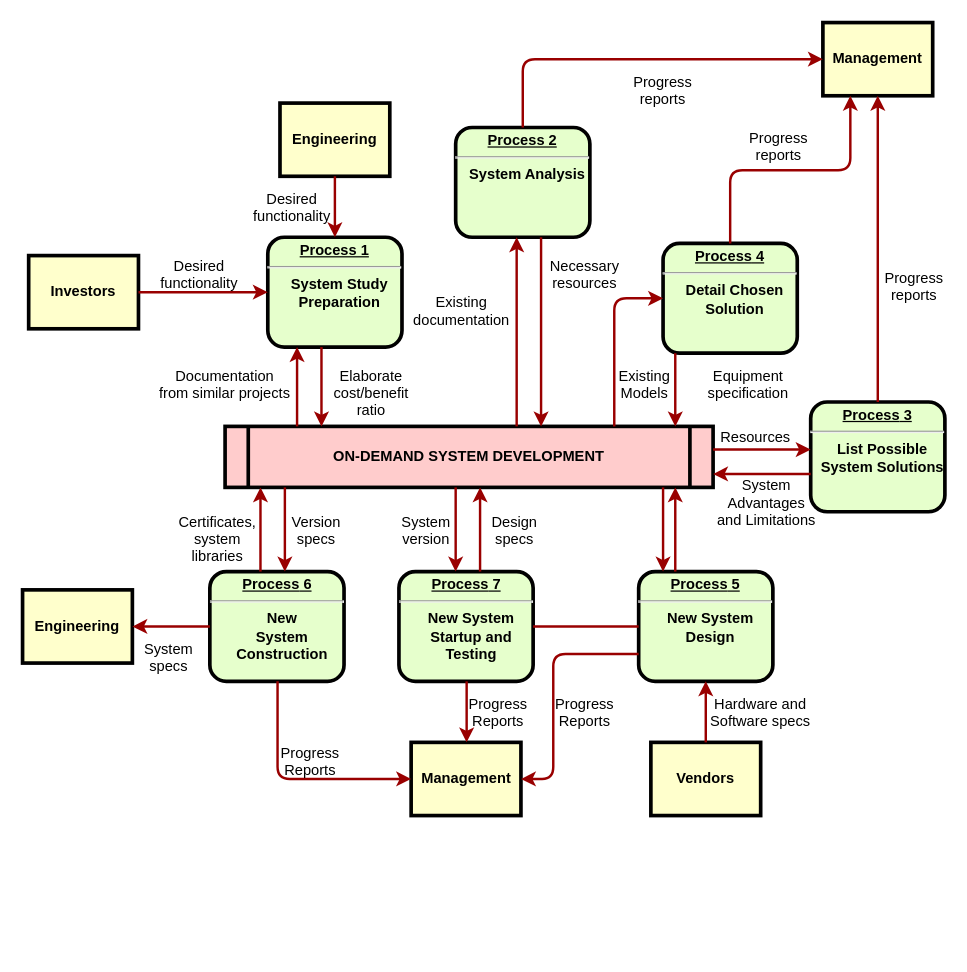
AbeMarkn/snitch-sniffer keeps this draw.io diagram as 230122_1438.drawio. Above is the earlier version. Source tidied: cells renumbered, new cells numbered last; positions are measured from the earlier drawing's top-left corner, leaving out a move shared by most shapes. Both pictures are drawn from the tidied source at 122%, with x=0, y=0 at pixel (22, 22).
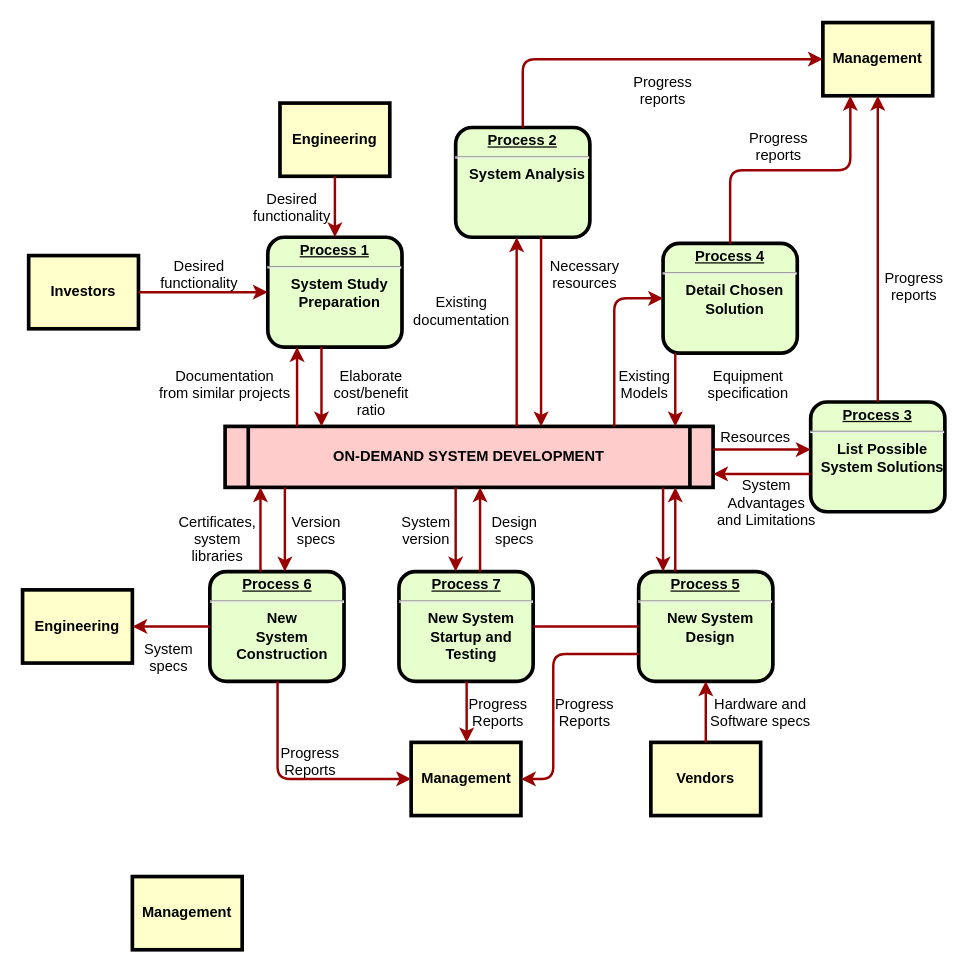
The same page after the edit.

Commit message:
230122_1438.drawio を更新します

Diff of the diagram source:
```diff
@@
+    <mxCell id="63" value="Management" style="whiteSpace=wrap;align=center;verticalAlign=middle;fontStyle=1;strokeWidth=3;fillColor=#FFFFCC;" parent="1" vertex="1">
+      <mxGeometry x="90" y="700" width="90" height="60" as="geometry" />
+    </mxCell>
```
